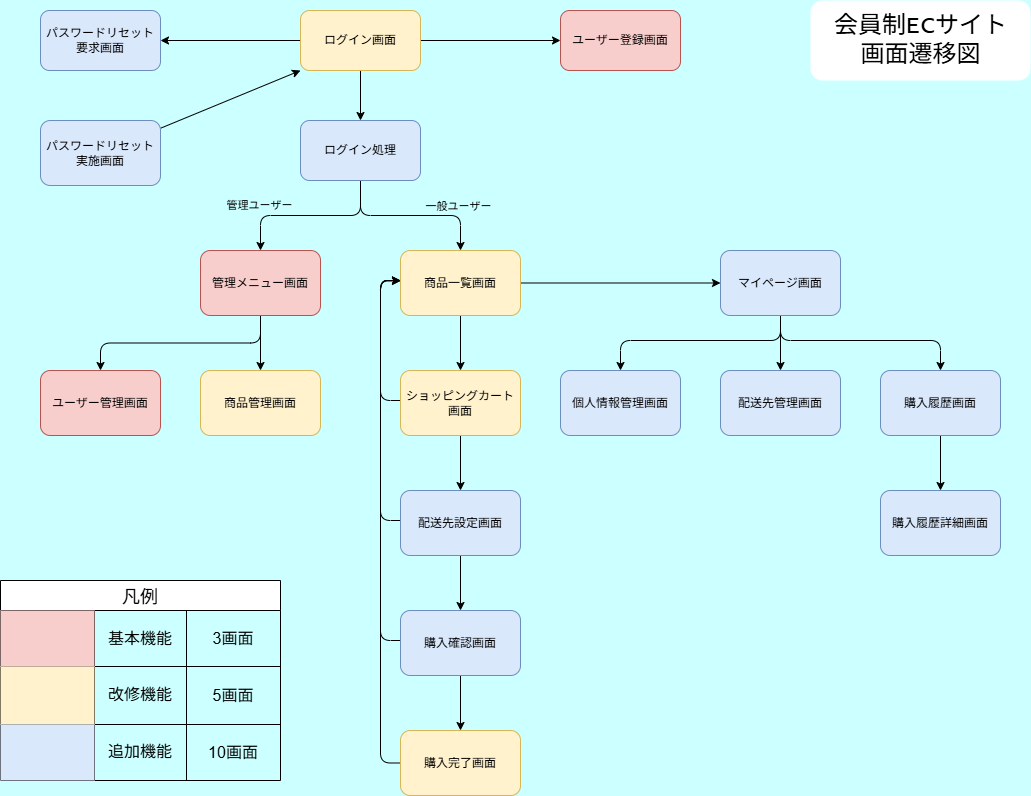
Before: documents/画面遷移図.drawio.png, a diagram exported from draw.io (Kaz-1976/learning-php-laravel). Source tidied: cells renumbered, new cells last; positions are measured from the earlier drawing's top-left corner, leaving out a move shared by most shapes.
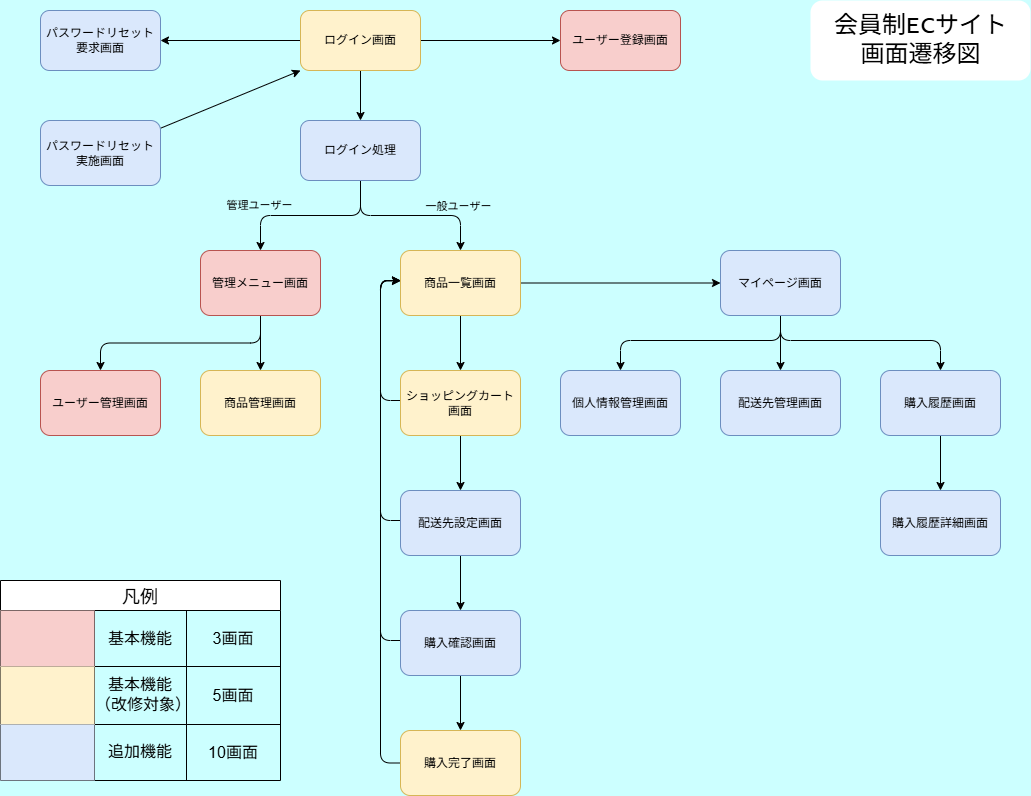
After the change.

Change to the diagram source:
```diff
@@ -188,7 +188,7 @@
     <mxCell id="50" style="shape=partialRectangle;html=1;whiteSpace=wrap;strokeColor=#d6b656;overflow=hidden;fillColor=#fff2cc;top=0;left=0;bottom=0;right=0;fontSize=16;" parent="49" vertex="1">
       <mxGeometry width="94" height="58" as="geometry" />
     </mxCell>
-    <mxCell id="51" value="改修機能" style="shape=partialRectangle;html=1;whiteSpace=wrap;strokeColor=inherit;overflow=hidden;fillColor=none;top=0;left=0;bottom=0;right=0;fontSize=16;fontFamily=Lucida Console;" parent="49" vertex="1">
+    <mxCell id="51" value="基本機能&lt;div&gt;（改修対象）&lt;/div&gt;" style="shape=partialRectangle;html=1;whiteSpace=wrap;strokeColor=inherit;overflow=hidden;fillColor=none;top=0;left=0;bottom=0;right=0;fontSize=16;fontFamily=Lucida Console;" parent="49" vertex="1">
       <mxGeometry x="94" width="92" height="58" as="geometry" />
     </mxCell>
     <mxCell id="52" value="5画面" style="shape=partialRectangle;html=1;whiteSpace=wrap;strokeColor=inherit;overflow=hidden;fillColor=none;top=0;left=0;bottom=0;right=0;fontSize=16;" parent="49" vertex="1">
```
